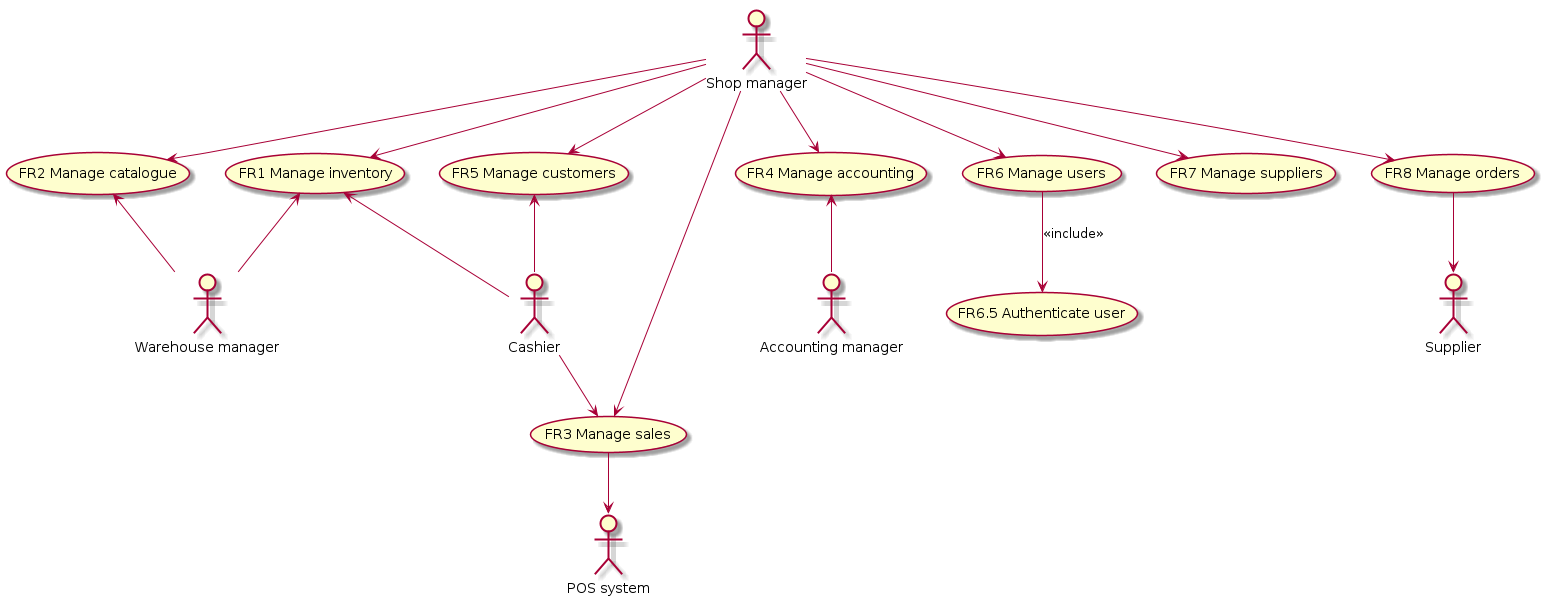
BMike10/EzShop keeps this PlantUML diagram as Deliverables/img/usecase_diagram.png. Above is the earlier version. Its diagram source:
```plantuml
@startuml usecase_diagram
	actor :Shop manager: as sm
	actor :Cashier: as cr
	actor :Accounting manager: as am
	actor :Warehouse manager: as wm
	actor :Supplier: as s
	actor :POS system: as ccs
	usecase "FR1 Manage inventory" as mi
	usecase "FR2 Manage catalogue" as mca
	usecase "FR3 Manage sales" as ms
	usecase "FR4 Manage accounting" as ma
	usecase "FR5 Manage customers" as mc
	usecase "FR6 Manage users" as mu
	usecase "FR7 Manage suppliers" as msu
	usecase "FR8 Manage orders" as mo
	usecase "FR6.5 Authenticate user" as mua

	mu --> mua: <<include>>
	sm --> mu
	sm --> ma
	sm --> mi
	sm --> mc
	sm --> ms
	sm --> msu
	sm --> mo
	sm --> mca
	ma <-- am
	mi <-- cr
	cr --> ms
	mc <-- cr
	ms --> ccs
	mi <-- wm
	mca <-- wm
	mo --> s
@enduml
```
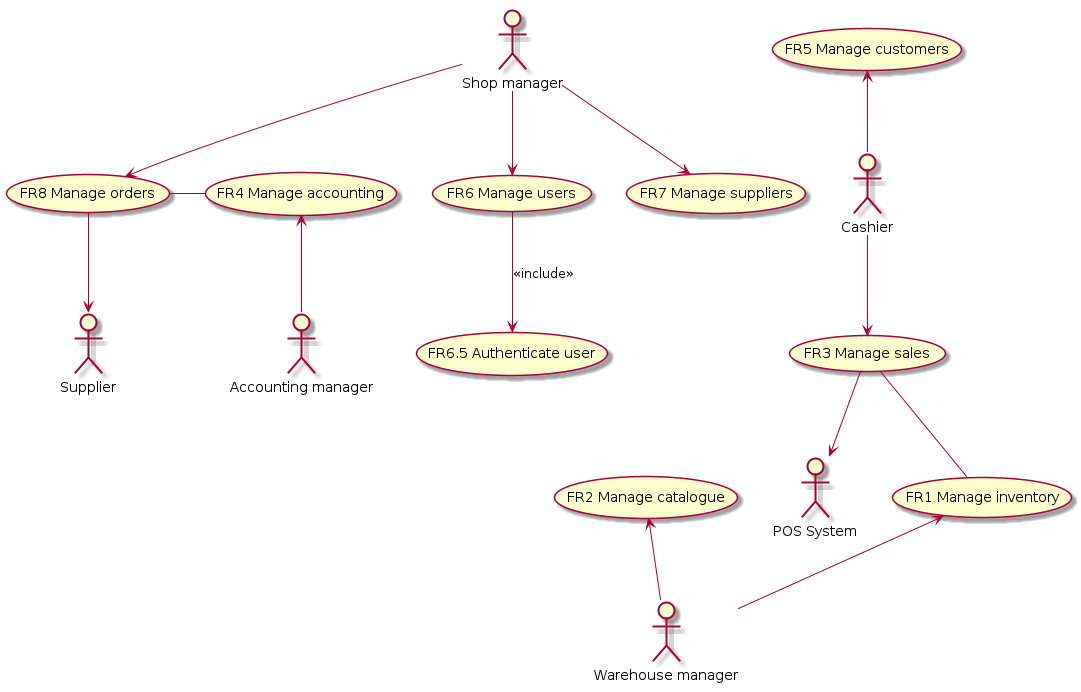
Later version of the same file.

Change to the diagram source:
```diff
@@ -4,7 +4,7 @@
 	actor :Accounting manager: as am
 	actor :Warehouse manager: as wm
 	actor :Supplier: as s
-	actor :POS system: as ccs
+	actor :POS System: as ccs
 	usecase "FR1 Manage inventory" as mi
 	usecase "FR2 Manage catalogue" as mca
 	usecase "FR3 Manage sales" as ms
@@ -16,16 +16,12 @@
 	usecase "FR6.5 Authenticate user" as mua
 
 	mu --> mua: <<include>>
+	ms -- mi
+	mo - ma
 	sm --> mu
-	sm --> ma
-	sm --> mi
-	sm --> mc
-	sm --> ms
 	sm --> msu
 	sm --> mo
-	sm --> mca
 	ma <-- am
-	mi <-- cr
 	cr --> ms
 	mc <-- cr
 	ms --> ccs
```
